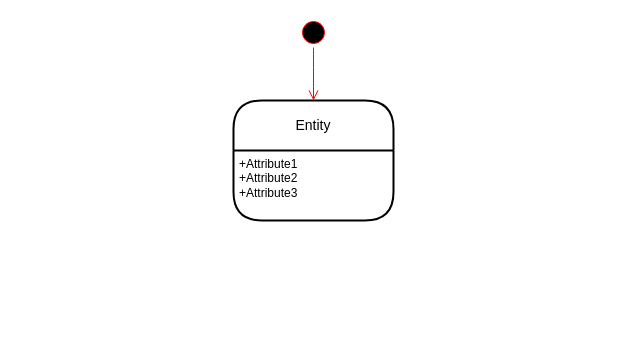
Earlier version of the draw.io diagram page "ページ3" (3 of 3) of 名称未設定ファイル.drawio (kasaharamutsumi/home-page). Source tidied: cells renumbered, new cells numbered last; positions are measured from the earlier drawing's top-left corner, leaving out a move shared by most shapes. Both pictures are drawn from the tidied source at 100%, with x=0, y=0 at pixel (233, 17).
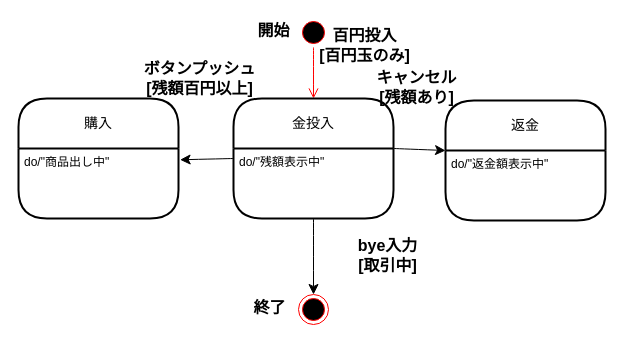
The same page after the edit.

Commit message:
名称未設定ファイル.drawio を更新します

The edit, as a diff of the source:
```diff
@@
 <mxGraphModel>
   <root>
     <mxCell id="0" />
     <mxCell id="1" parent="0" />
     <mxCell id="2" style="ellipse;html=1;shape=startState;fillColor=#000000;strokeColor=#ff0000;fontSize=16;" parent="1" vertex="1">
       <mxGeometry x="65" width="30" height="30" as="geometry" />
     </mxCell>
     <mxCell id="3" style="edgeStyle=orthogonalEdgeStyle;html=1;verticalAlign=bottom;endArrow=open;endSize=8;strokeColor=#ff0000;rounded=0;fontSize=12;curved=1;entryX=0.5;entryY=0;entryDx=0;entryDy=0;" parent="1" edge="1" source="2" target="4">
       <mxGeometry relative="1" as="geometry" />
     </mxCell>
+    <mxCell id="6" style="edgeStyle=none;curved=1;rounded=0;jettySize=auto;html=1;exitX=0;exitY=0.5;exitDx=0;exitDy=0;entryX=1.01;entryY=0.161;entryDx=0;entryDy=0;entryPerimeter=0;fontSize=12;startSize=8;endSize=8;" parent="1" edge="1" source="4" target="12">
+      <mxGeometry relative="1" as="geometry" />
+    </mxCell>
-    <mxCell id="4" value="Entity" style="swimlane;horizontal=1;startSize=50;rounded=1;fontSize=14;fontStyle=0;strokeWidth=2;shadow=0;dashed=0;align=center;arcSize=19;whiteSpace=wrap;html=1;" parent="1" vertex="1">
-      <mxGeometry y="83" width="160" height="120" as="geometry" />
+    <mxCell id="4" value="金投入" style="swimlane;horizontal=1;startSize=50;rounded=1;fontSize=14;fontStyle=0;strokeWidth=2;shadow=0;dashed=0;align=center;arcSize=19;whiteSpace=wrap;html=1;" parent="1" vertex="1">
+      <mxGeometry y="81" width="160" height="120" as="geometry" />
     </mxCell>
-    <mxCell id="5" value="+Attribute1&#10;+Attribute2&#10;+Attribute3" style="align=left;strokeColor=none;fillColor=none;spacingLeft=4;fontSize=12;verticalAlign=top;html=1;" parent="4" vertex="1">
+    <mxCell id="5" value="do/&quot;残額表示中&quot;" style="align=left;strokeColor=none;fillColor=none;spacingLeft=4;fontSize=12;verticalAlign=top;html=1;" parent="4" vertex="1">
       <mxGeometry y="50" width="160" height="70" as="geometry" />
     </mxCell>
+    <mxCell id="7" style="ellipse;html=1;shape=endState;fillColor=#000000;strokeColor=#ff0000;fontSize=16;" parent="1" vertex="1">
+      <mxGeometry x="65" y="277" width="30" height="30" as="geometry" />
+    </mxCell>
+    <mxCell id="8" style="edgeStyle=none;curved=1;rounded=0;jettySize=auto;html=1;exitX=0.5;exitY=1;exitDx=0;exitDy=0;fontSize=12;startSize=8;endSize=8;" parent="1" edge="1" source="5" target="7">
+      <mxGeometry relative="1" as="geometry" />
+    </mxCell>
+    <mxCell id="9" value="返金" style="swimlane;horizontal=1;startSize=50;rounded=1;fontSize=14;fontStyle=0;strokeWidth=2;shadow=0;dashed=0;align=center;arcSize=19;whiteSpace=wrap;html=1;" parent="1" vertex="1">
+      <mxGeometry x="212" y="83" width="160" height="120" as="geometry" />
+    </mxCell>
+    <mxCell id="10" value="do/&quot;返金額表示中&quot;" style="align=left;strokeColor=none;fillColor=none;spacingLeft=4;fontSize=12;verticalAlign=top;html=1;" parent="9" vertex="1">
+      <mxGeometry y="50" width="160" height="70" as="geometry" />
+    </mxCell>
+    <mxCell id="11" value="購入" style="swimlane;horizontal=1;startSize=50;rounded=1;fontSize=14;fontStyle=0;strokeWidth=2;shadow=0;dashed=0;align=center;arcSize=19;whiteSpace=wrap;html=1;" parent="1" vertex="1">
+      <mxGeometry x="-215" y="81" width="160" height="120" as="geometry" />
+    </mxCell>
+    <mxCell id="12" value="do/&quot;商品出し中&quot;" style="align=left;strokeColor=none;fillColor=none;spacingLeft=4;fontSize=12;verticalAlign=top;html=1;" parent="11" vertex="1">
+      <mxGeometry y="50" width="160" height="70" as="geometry" />
+    </mxCell>
+    <mxCell id="13" value="百円投入&lt;br&gt;[百円玉のみ]" style="text;align=center;fontStyle=1;verticalAlign=middle;spacingLeft=3;spacingRight=3;strokeColor=none;html=1;fontSize=16;" parent="1" vertex="1">
+      <mxGeometry x="50" y="15" width="162" height="26" as="geometry" />
+    </mxCell>
+    <mxCell id="14" style="edgeStyle=none;curved=1;rounded=0;jettySize=auto;html=1;exitX=1;exitY=0;exitDx=0;exitDy=0;entryX=0;entryY=0;entryDx=0;entryDy=0;fontSize=12;startSize=8;endSize=8;" parent="1" edge="1" source="5" target="10">
+      <mxGeometry relative="1" as="geometry" />
+    </mxCell>
+    <mxCell id="15" value="開始" style="text;align=center;fontStyle=1;verticalAlign=middle;spacingLeft=3;spacingRight=3;strokeColor=none;html=1;fontSize=16;" parent="1" vertex="1">
+      <mxGeometry width="80" height="26" as="geometry" />
+    </mxCell>
+    <mxCell id="16" value="終了" style="text;align=center;fontStyle=1;verticalAlign=middle;spacingLeft=3;spacingRight=3;strokeColor=none;html=1;fontSize=16;" parent="1" vertex="1">
+      <mxGeometry x="-4" y="277" width="80" height="26" as="geometry" />
+    </mxCell>
+    <mxCell id="17" value="キャンセル&lt;br&gt;[残額あり]" style="text;align=center;fontStyle=1;verticalAlign=middle;spacingLeft=3;spacingRight=3;strokeColor=none;html=1;fontSize=16;" parent="1" vertex="1">
+      <mxGeometry x="102" y="57" width="162" height="26" as="geometry" />
+    </mxCell>
+    <mxCell id="18" value="ボタンプッシュ&lt;br&gt;[残額百円以上]" style="text;align=center;fontStyle=1;verticalAlign=middle;spacingLeft=3;spacingRight=3;strokeColor=none;html=1;fontSize=16;" parent="1" vertex="1">
+      <mxGeometry x="-115" y="48" width="162" height="26" as="geometry" />
+    </mxCell>
+    <mxCell id="19" value="bye入力&lt;br&gt;[取引中]" style="text;align=center;fontStyle=1;verticalAlign=middle;spacingLeft=3;spacingRight=3;strokeColor=none;html=1;fontSize=16;" parent="1" vertex="1">
+      <mxGeometry x="73" y="225" width="162" height="26" as="geometry" />
+    </mxCell>
   </root>
 </mxGraphModel>
```
